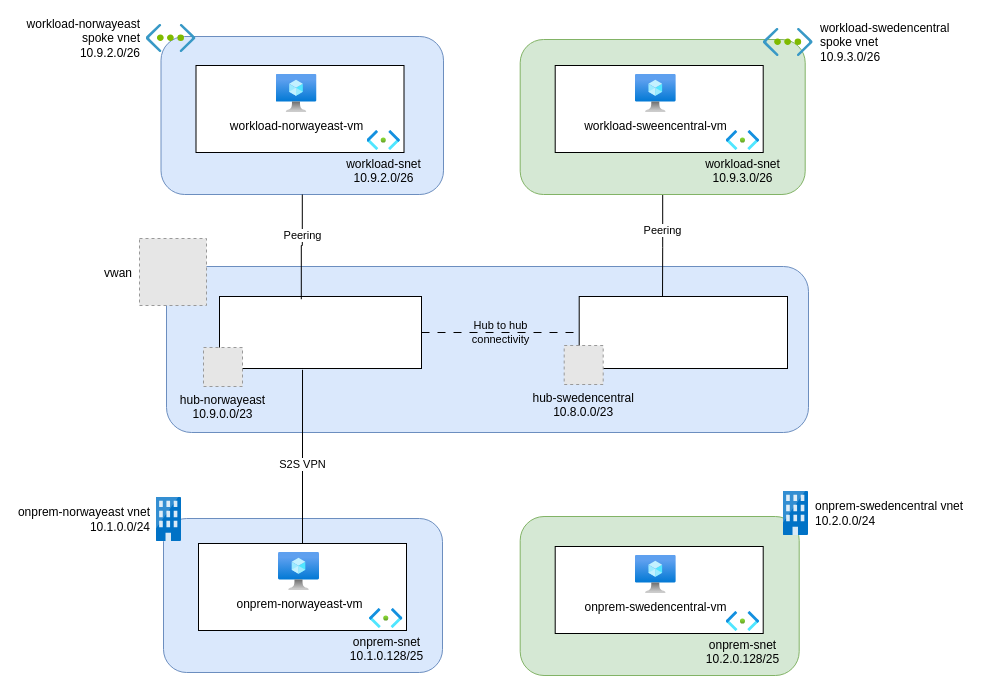
The draw.io diagram page "after lab-02" (2 of 5) of docs/assets/visuals/vwan.drawio in Infrastructure-AsCode/hub-spoke-vwan, before the edit. Source tidied: cells renumbered, new cells numbered last; positions are measured from the earlier drawing's top-left corner, leaving out a move shared by most shapes. Both pictures are drawn from the tidied source at 100%, with x=0, y=0 at pixel (139, 24). Pictures stored in the file or linked from it are replaced by grey dashed boxes.
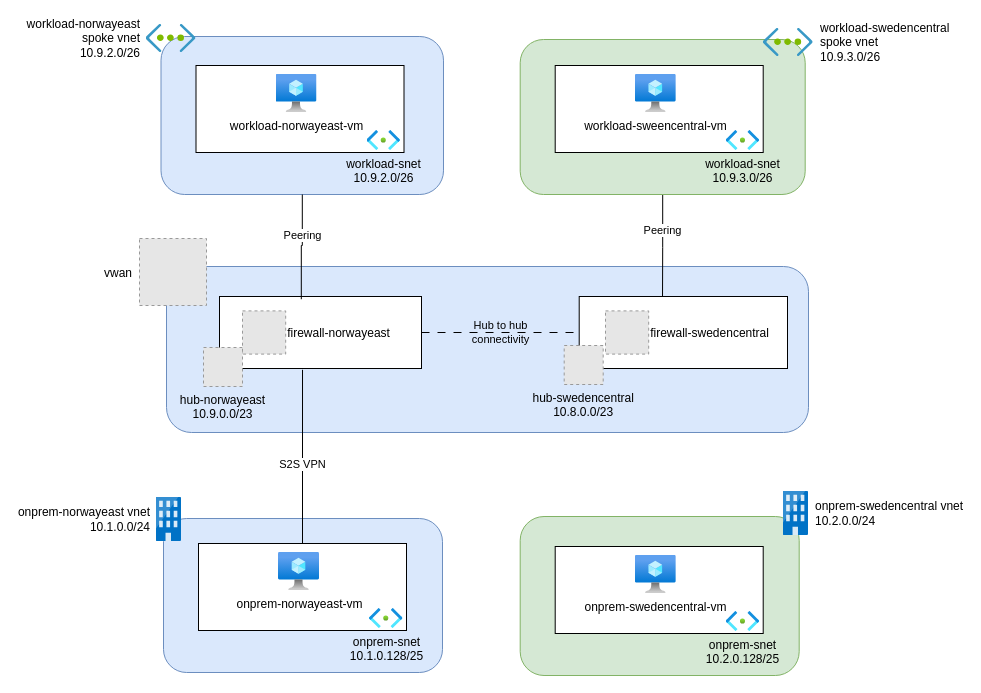
The same page after the edit.

Diff of the diagram source:
```diff
@@
+    <mxCell id="32" value="firewall-swedencentral" style="fillColor=#E6E6E6;strokeColor=#999999;dashed=1;verticalLabelPosition=middle;labelBackgroundColor=none;verticalAlign=middle;labelPosition=right;align=left;" parent="1" vertex="1">
+      <mxGeometry x="466" y="286.4" width="43.2" height="43.2" as="geometry" />
+    </mxCell>
+    <mxCell id="33" value="firewall-norwayeast" style="fillColor=#E6E6E6;strokeColor=#999999;dashed=1;verticalLabelPosition=middle;labelBackgroundColor=none;verticalAlign=middle;labelPosition=right;align=left;" parent="1" vertex="1">
+      <mxGeometry x="103" y="286.4" width="43.2" height="43.2" as="geometry" />
+    </mxCell>
```
